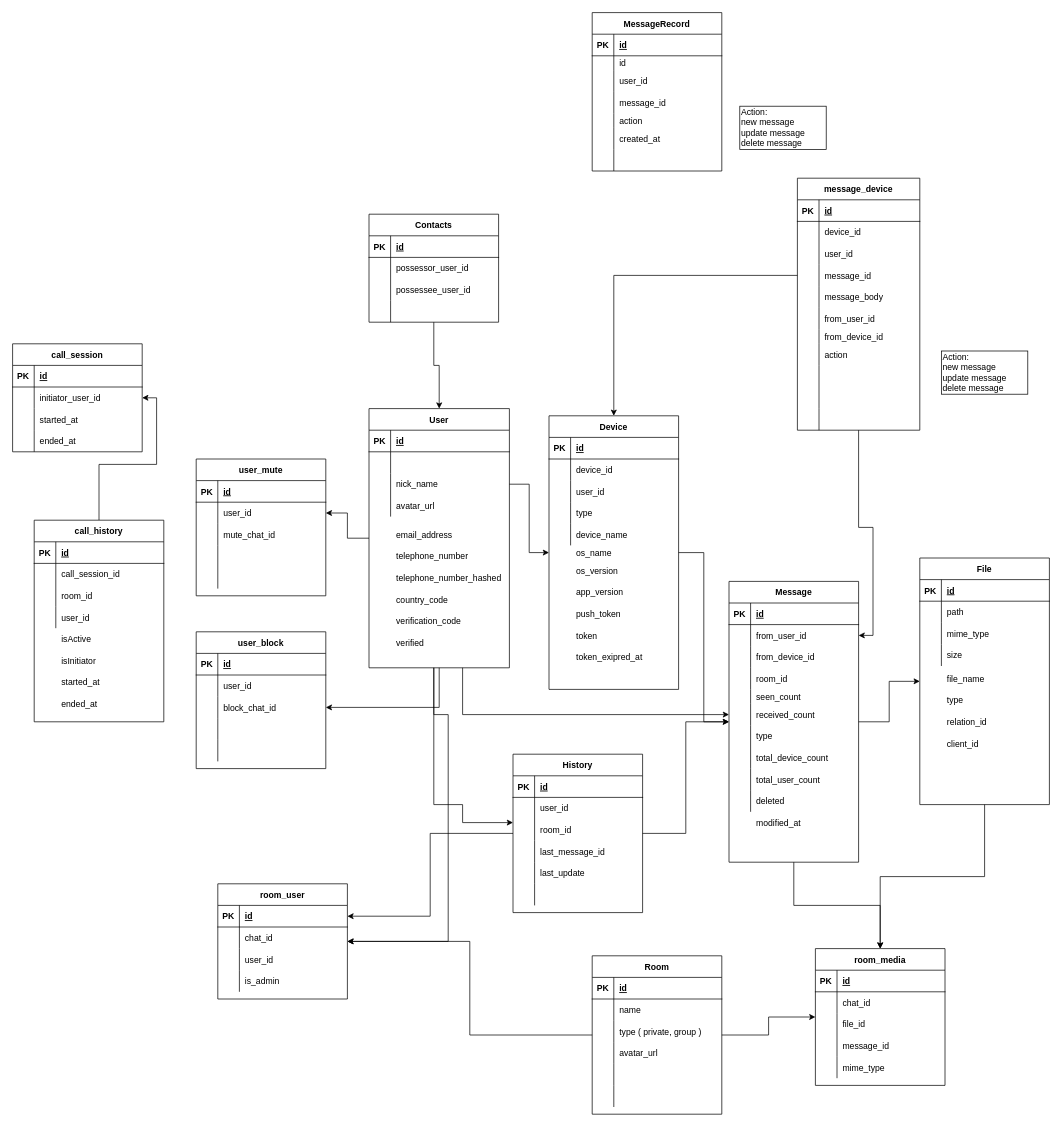
cloverstudio/Spika3 keeps this draw.io diagram as documents/database.drawio. Above is the earlier version. Source tidied: cells renumbered, new cells numbered last; positions are measured from the earlier drawing's top-left corner, leaving out a move shared by most shapes. Both pictures are drawn from the tidied source at 72%, with x=0, y=0 at pixel (12, 12).
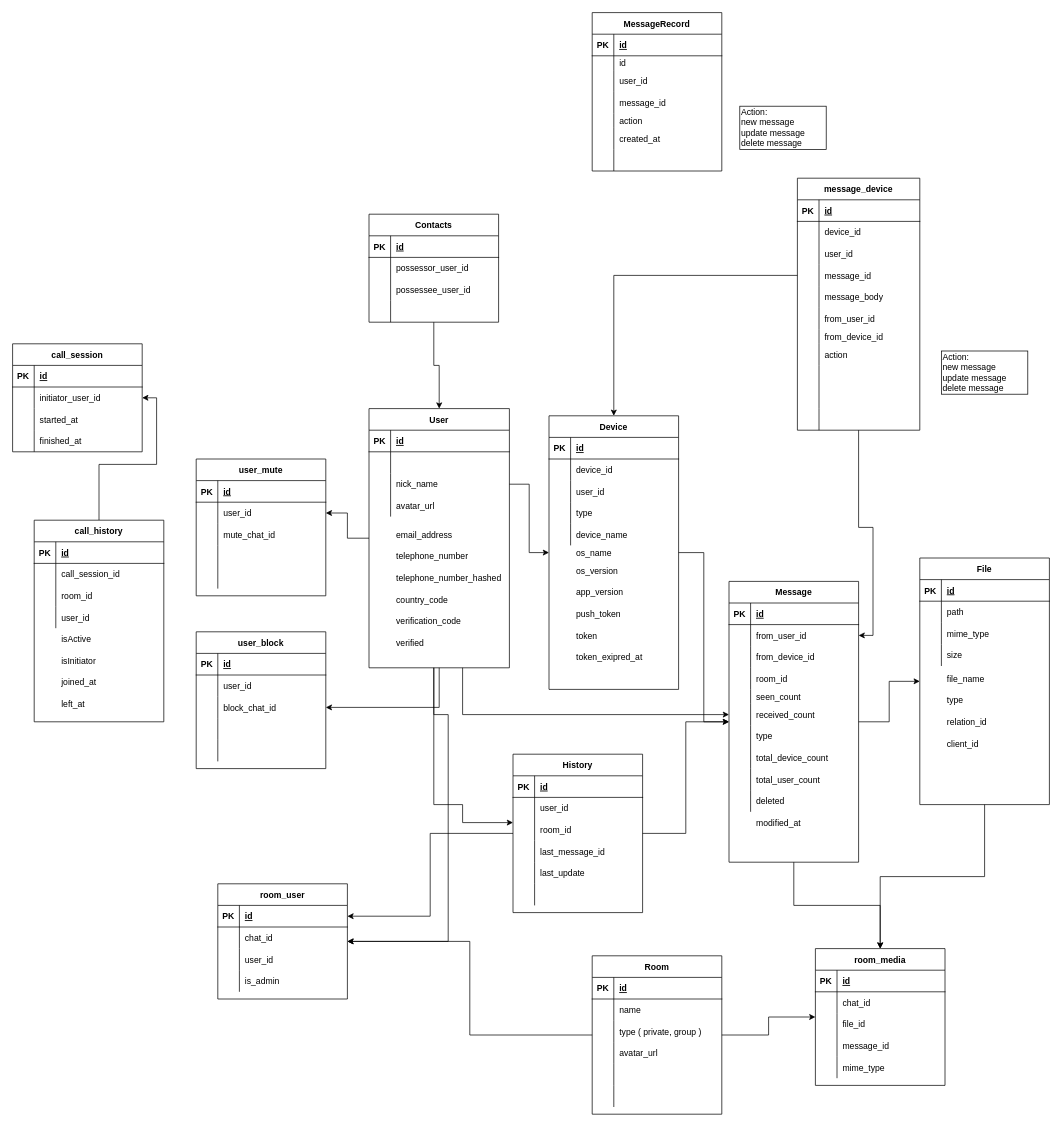
The same diagram, later.

The change refers to these unchanged cells:
```xml
<mxCell id="290" style="shape=partialRectangle;fillColor=none;top=0;left=0;bottom=0;right=0;" parent="280" vertex="1">
  <mxGeometry y="120" width="180" height="30" as="geometry" />
</mxCell>
```

The edit, as a diff of the source:
```diff
@@
-    <mxCell id="292" value="ended_at" style="shape=partialRectangle;fillColor=none;top=0;left=0;bottom=0;right=0;align=left;spacingLeft=6;overflow=hidden;" parent="290" vertex="1">
+    <mxCell id="292" value="finished_at" style="shape=partialRectangle;fillColor=none;top=0;left=0;bottom=0;right=0;align=left;spacingLeft=6;overflow=hidden;" parent="290" vertex="1">
       <mxGeometry x="30" width="150" height="30" as="geometry" />
     </mxCell>
@@
-    <mxCell id="310" value="started_at" style="shape=partialRectangle;fillColor=none;top=0;left=0;bottom=0;right=0;align=left;spacingLeft=6;overflow=hidden;" parent="1" vertex="1">
+    <mxCell id="310" value="joined_at" style="shape=partialRectangle;fillColor=none;top=0;left=0;bottom=0;right=0;align=left;spacingLeft=6;overflow=hidden;" parent="1" vertex="1">
       <mxGeometry x="60" y="915" width="150" height="30" as="geometry" />
     </mxCell>
-    <mxCell id="311" value="ended_at" style="shape=partialRectangle;fillColor=none;top=0;left=0;bottom=0;right=0;align=left;spacingLeft=6;overflow=hidden;" parent="1" vertex="1">
+    <mxCell id="311" value="left_at" style="shape=partialRectangle;fillColor=none;top=0;left=0;bottom=0;right=0;align=left;spacingLeft=6;overflow=hidden;" parent="1" vertex="1">
       <mxGeometry x="60" y="945" width="150" height="30" as="geometry" />
     </mxCell>
```
